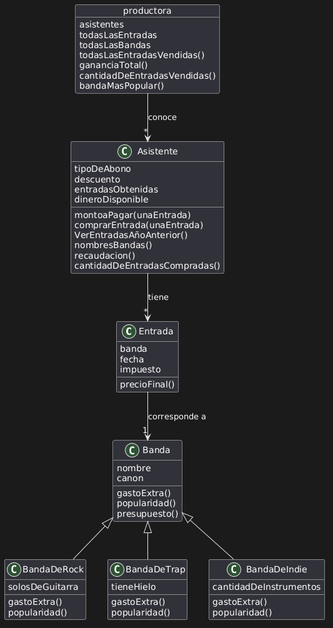
Above: diagrama_solucion_Salvador_Ofner.png in Sofnerutn/tpIndividualEntertainment (PlantUML), before the change.
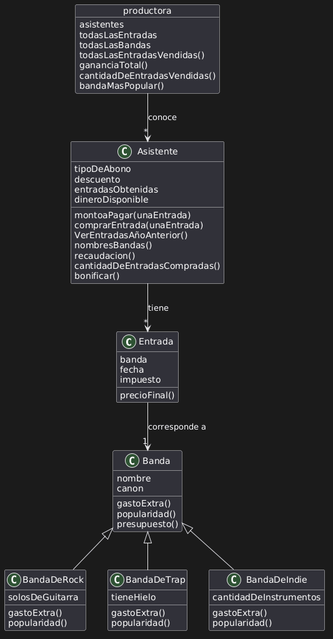
Above is the later version.

Commit message:
Punto final agregado y diagrama corregido

Diff of the diagram source:
```diff
@@ -17,6 +17,7 @@
   nombresBandas()
   recaudacion()
   cantidadDeEntradasCompradas()
+  bonificar()
 }
 
 class Banda {
```
